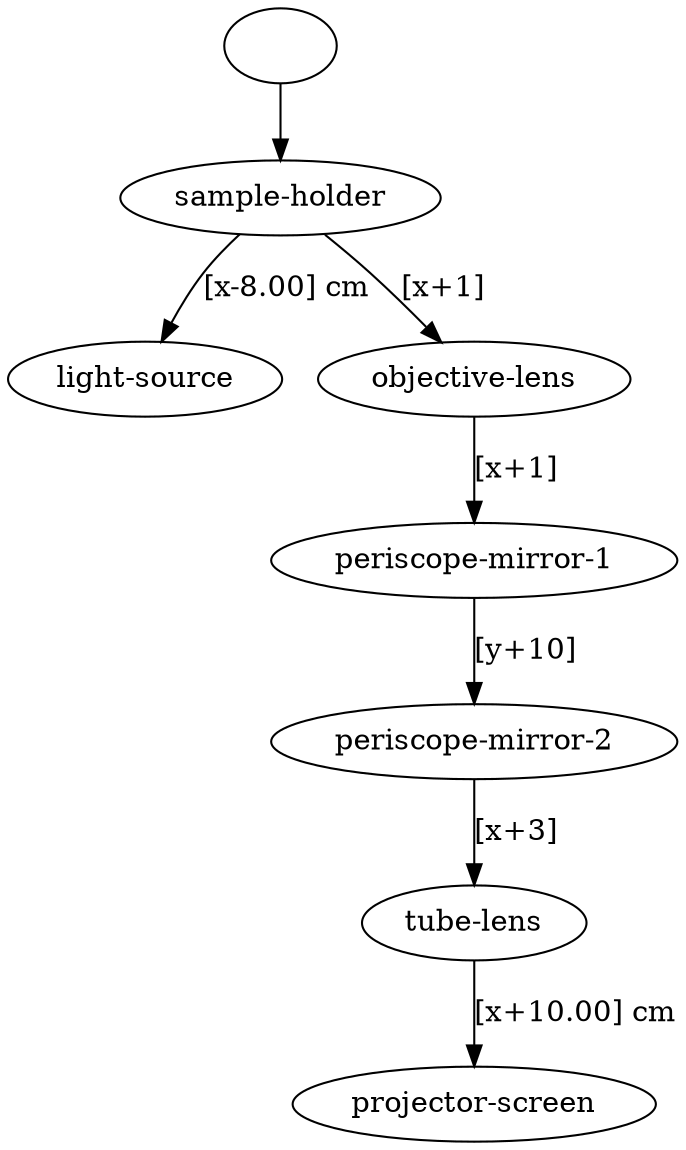
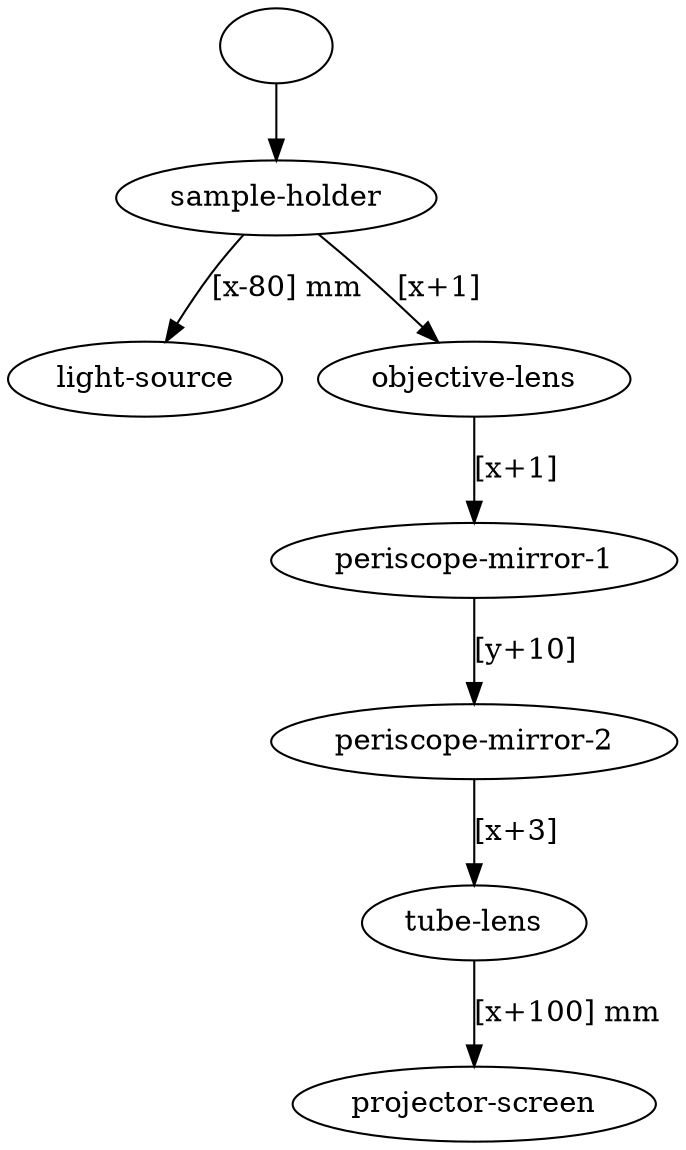
strict digraph "" {
	graph [bb="0,0,281.13,553"];
	node [label="\N"];
	edge [label="\E"];
	""	[height=0.5,
- 		pos="114.16,535",
+ 		pos="112.16,535",
		width=0.75];
	"sample-holder"	[height=0.5,
- 		pos="114.16,462",
+ 		pos="112.16,462",
		width=1.841];
	"" -> "sample-holder"	[key=" -> sample-holder",
		label="",
- 		pos="e,114.16,480.03 114.16,516.81 114.16,509.23 114.16,500.1 114.16,491.54"];
+ 		pos="e,112.16,480.03 112.16,516.81 112.16,509.23 112.16,500.1 112.16,491.54"];
	"light-source"	[height=0.5,
		pos="57.162,373.2",
		width=1.5878];
	"objective-lens"	[height=0.5,
		pos="197.16,373.2",
		width=1.8111];
	"periscope-mirror-1"	[height=0.5,
		pos="197.16,284.4",
		width=2.3324];
	"objective-lens" -> "periscope-mirror-1"	[key="objective-lens -> periscope-mirror-1",
		label="[x+1]",
		lp="212.77,328.8",
		pos="e,197.16,302.81 197.16,355.05 197.16,343.36 197.16,327.59 197.16,314.02"];
	"periscope-mirror-2"	[height=0.5,
		pos="197.16,195.6",
		width=2.3324];
	"periscope-mirror-1" -> "periscope-mirror-2"	[key="periscope-mirror-1 -> periscope-mirror-2",
		label="[y+10]",
		lp="216.27,240",
		pos="e,197.16,214.01 197.16,266.25 197.16,254.56 197.16,238.79 197.16,225.22"];
	"tube-lens"	[height=0.5,
		pos="197.16,106.8",
		width=1.2898];
	"periscope-mirror-2" -> "tube-lens"	[key="periscope-mirror-2 -> tube-lens",
		label="[x+3]",
		lp="212.77,151.2",
		pos="e,197.16,125.21 197.16,177.45 197.16,165.76 197.16,149.99 197.16,136.42"];
	"projector-screen"	[height=0.5,
		pos="197.16,18",
		width=2.0491];
	"sample-holder" -> "light-source"	[key="sample-holder -> light-source",
- 		label="[x-8.00] cm",
- 		lp="116.12,417.6",
- 		pos="e,64.273,391.15 97.714,444.29 92.684,438.73 87.354,432.33 83.072,426 77.898,418.36 73.104,409.54 69.082,401.36"];
+ 		label="[x-80] mm",
+ 		lp="116.03,417.6",
+ 		pos="e,65.907,391.34 98.586,443.89 94.354,438.3 89.78,431.99 85.896,426 80.84,418.2 75.772,409.45 71.331,401.39"];
	"sample-holder" -> "objective-lens"	[key="sample-holder -> objective-lens",
		label="[x+1]",
- 		lp="179.46,417.6",
- 		pos="e,181.76,391.15 131.03,444.39 136.82,438.62 143.32,432.07 149.16,426 157.37,417.48 166.2,408.02 174.03,399.55"];
+ 		lp="177.88,417.6",
+ 		pos="e,180.82,390.88 128.55,444.26 141.13,431.42 158.7,413.48 172.91,398.97"];
	"tube-lens" -> "projector-screen"	[key="tube-lens -> projector-screen",
- 		label="[x+10.00] cm",
- 		lp="235.32,62.4",
+ 		label="[x+100] mm",
+ 		lp="232.41,62.4",
		pos="e,197.16,36.41 197.16,88.651 197.16,76.958 197.16,61.192 197.16,47.618"];
}
